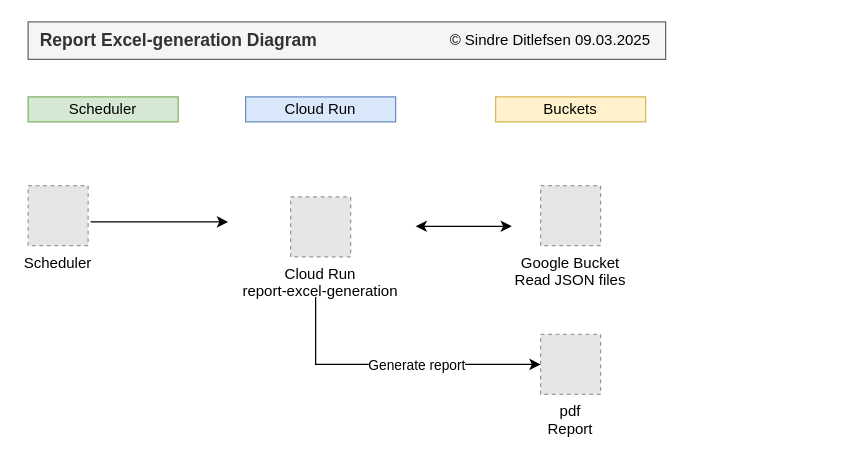
Above: report-excel-generation/_docs/report-excel-generation-diagram.drawio in ditlef9/python-nextjs-postgresql-devsecops-gcp (draw.io), before the change. Source tidied: cells renumbered, new cells numbered last; positions are measured from the earlier drawing's top-left corner, leaving out a move shared by most shapes. Both pictures are drawn from the tidied source at 125%, with x=0, y=0 at pixel (28, 21). Pictures stored in the file or linked from it are replaced by grey dashed boxes.
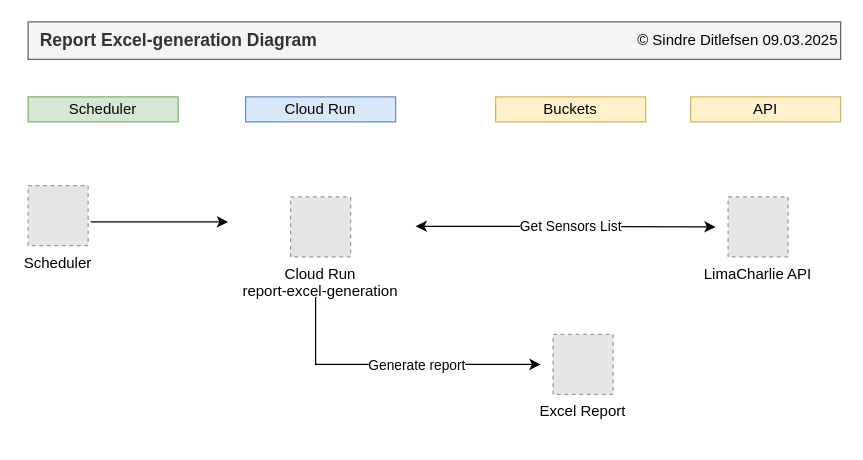
The same diagram, later.

The edit, as a diff of the source:
```diff
@@
     <mxCell id="2" value="&lt;span style=&quot;font-size: 14px;&quot;&gt;&lt;b&gt;&amp;nbsp; Report Excel-generation Diagram&lt;/b&gt;&lt;/span&gt;" style="rounded=0;whiteSpace=wrap;html=1;fillColor=#f5f5f5;fontColor=#333333;strokeColor=#666666;align=left;" parent="1" vertex="1">
-      <mxGeometry width="510" height="30" as="geometry" />
+      <mxGeometry width="650" height="30" as="geometry" />
     </mxCell>
     <mxCell id="3" value="© Sindre Ditlefsen 09.03.2025" style="text;html=1;strokeColor=none;fillColor=none;align=right;verticalAlign=middle;whiteSpace=wrap;rounded=0;" parent="1" vertex="1">
-      <mxGeometry x="250" width="250" height="30" as="geometry" />
+      <mxGeometry x="400" width="250" height="30" as="geometry" />
     </mxCell>
@@
-    <mxCell id="5" value="Google Bucket&#10;Read JSON files" style="fillColor=#E6E6E6;strokeColor=#999999;dashed=1;verticalLabelPosition=bottom;labelBackgroundColor=default;verticalAlign=top;" parent="1" vertex="1">
-      <mxGeometry x="410" y="131" width="48" height="48" as="geometry" />
-    </mxCell>
     <mxCell id="6" style="endArrow=classic;html=1;rounded=0;exitX=1;exitY=0.5;exitDx=0;exitDy=0;startArrow=classic;startFill=1;" parent="1" edge="1">
       <mxGeometry relative="1" as="geometry">
         <mxPoint x="310" y="163.5" as="sourcePoint" />
-        <mxPoint x="387" y="163.5" as="targetPoint" />
+        <mxPoint x="550" y="164" as="targetPoint" />
       </mxGeometry>
     </mxCell>
+    <mxCell id="15" value="Get Sensors List" style="edgeLabel;html=1;align=center;verticalAlign=middle;" parent="6" vertex="1">
+      <mxGeometry x="-0.19" relative="1" as="geometry">
+        <mxPoint x="27" as="offset" />
+      </mxGeometry>
+    </mxCell>
@@
-    <mxCell id="9" value="pdf&#10;Report" style="fillColor=#E6E6E6;strokeColor=#999999;dashed=1;verticalLabelPosition=bottom;labelBackgroundColor=default;verticalAlign=top;" parent="1" vertex="1">
-      <mxGeometry x="410" y="250" width="48" height="48" as="geometry" />
-    </mxCell>
-    <mxCell id="10" style="endArrow=classic;html=1;rounded=0;entryX=0;entryY=0.5;entryDx=0;entryDy=0;" parent="1" edge="1" target="9">
+    <mxCell id="10" style="endArrow=classic;html=1;rounded=0;entryX=0;entryY=0.5;entryDx=0;entryDy=0;" parent="1" edge="1">
       <mxGeometry relative="1" as="geometry">
         <mxPoint x="230" y="220" as="sourcePoint" />
+        <mxPoint x="410" y="274" as="targetPoint" />
         <Array as="points">
           <mxPoint x="230" y="274" />
         </Array>
       </mxGeometry>
     </mxCell>
@@
+    <mxCell id="16" value="Excel Report" style="fillColor=#E6E6E6;strokeColor=#999999;dashed=1;verticalLabelPosition=bottom;labelBackgroundColor=default;verticalAlign=top;" parent="1" vertex="1">
+      <mxGeometry x="420" y="250" width="48" height="48" as="geometry" />
+    </mxCell>
+    <mxCell id="17" value="API" style="rounded=0;whiteSpace=wrap;html=1;fillColor=#fff2cc;strokeColor=#d6b656;" parent="1" vertex="1">
+      <mxGeometry x="530" y="60" width="120" height="20" as="geometry" />
+    </mxCell>
+    <mxCell id="18" value="LimaCharlie API" style="fillColor=#E6E6E6;strokeColor=#999999;dashed=1;verticalLabelPosition=bottom;labelBackgroundColor=default;verticalAlign=top;" parent="1" vertex="1">
+      <mxGeometry x="560" y="140" width="48" height="48" as="geometry" />
+    </mxCell>
```
